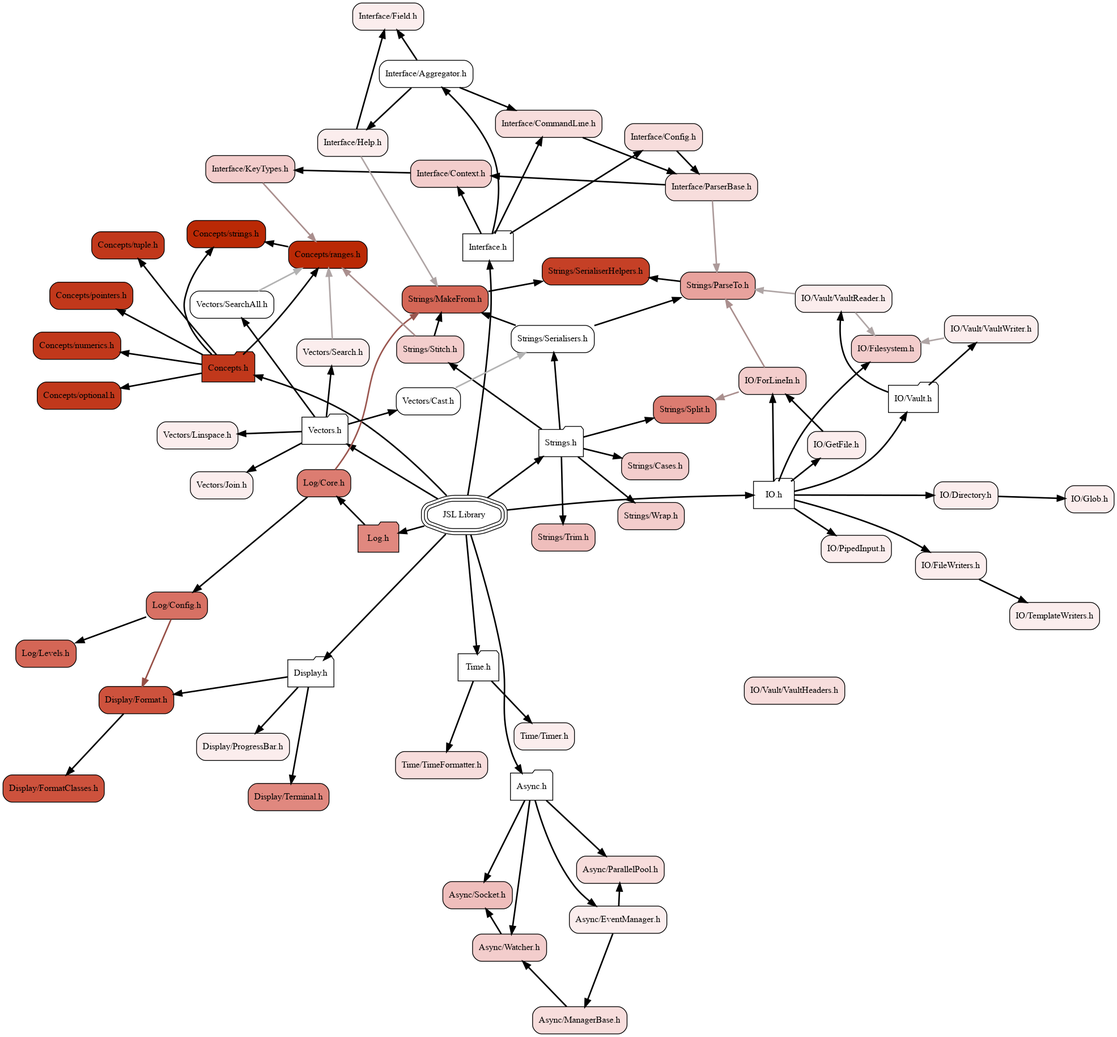
Above: docs/visualiser/heatmap.png in DrFraserGovil/JSL (Graphviz), before the change. Its source is kept beside it as docs/visualiser/heatmap.dot.
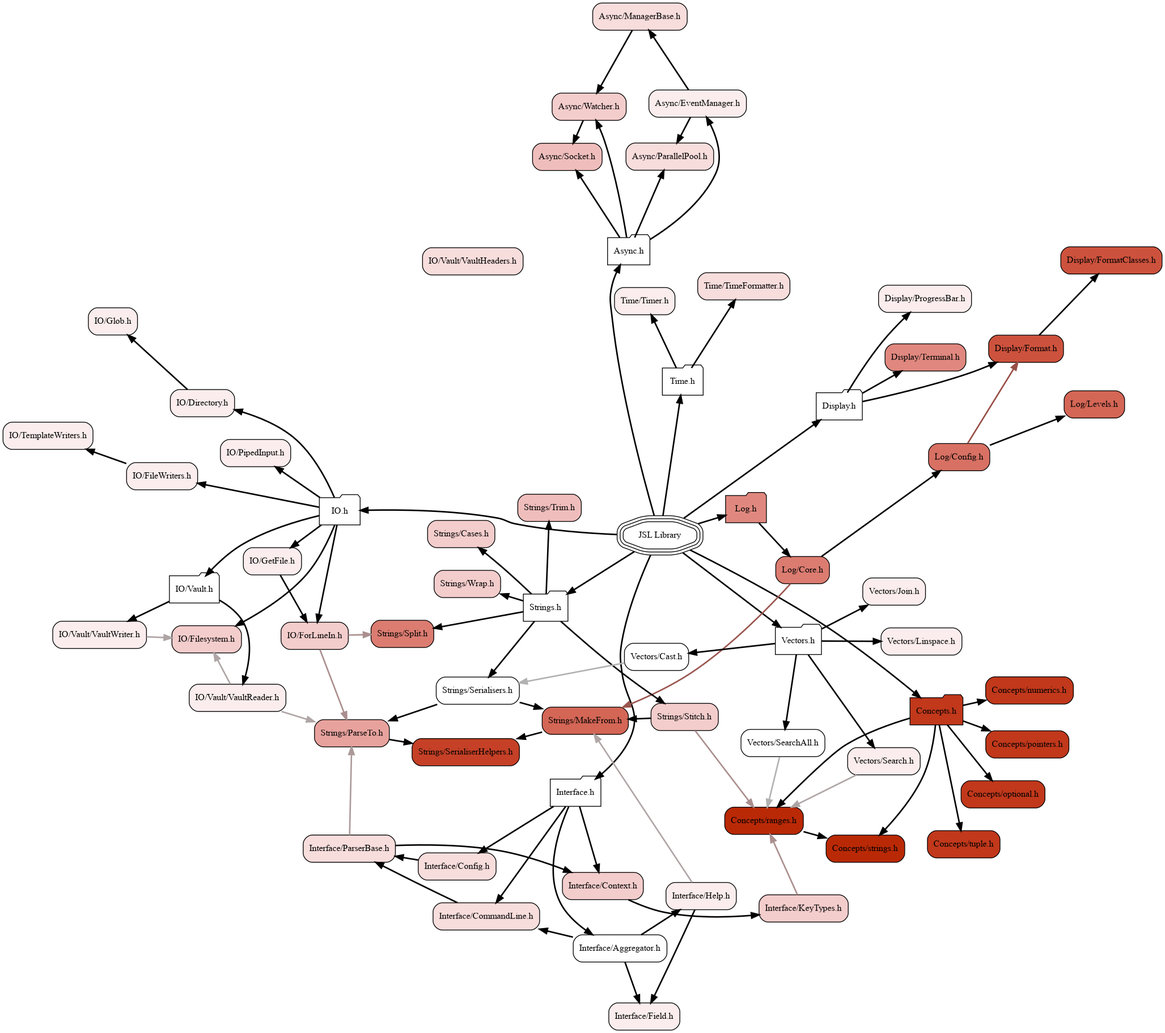
The same file after the commit.

Diff of the diagram source:
```diff
@@ -72,15 +72,15 @@
 	node[fillcolor="#fbeded", style="rounded,filled", shape=box, color="black"] "Vectors/Linspace.h"          [label="Vectors/Linspace.h"]
 	node[fillcolor="#fbeded", style="rounded,filled", shape=box, color="black"] "Vectors/Search.h"            [label="Vectors/Search.h"]
 	node[fillcolor="#ffffff", style="rounded,filled", shape=box, color="black"] "Vectors/SearchAll.h"         [label="Vectors/SearchAll.h"]
+	"JSL.h"                       -> "Log.h"[weight=10000,penwidth=2]
+	"JSL.h"                       -> "IO.h"[weight=10000,penwidth=2]
+	"JSL.h"                       -> "Vectors.h"[weight=10000,penwidth=2]
+	"JSL.h"                       -> "Display.h"[weight=10000,penwidth=2]
 	"JSL.h"                       -> "Concepts.h"[weight=10000,penwidth=2]
+	"JSL.h"                       -> "Strings.h"[weight=10000,penwidth=2]
 	"JSL.h"                       -> "Time.h"[weight=10000,penwidth=2]
-	"JSL.h"                       -> "Strings.h"[weight=10000,penwidth=2]
 	"JSL.h"                       -> "Async.h"[weight=10000,penwidth=2]
-	"JSL.h"                       -> "Display.h"[weight=10000,penwidth=2]
-	"JSL.h"                       -> "IO.h"[weight=10000,penwidth=2]
 	"JSL.h"                       -> "Interface.h"[weight=10000,penwidth=2]
-	"JSL.h"                       -> "Log.h"[weight=10000,penwidth=2]
-	"JSL.h"                       -> "Vectors.h"[weight=10000,penwidth=2]
 	"Async.h"                     -> "Async/Socket.h"[weight=10000,penwidth=2]
 	"Async.h"                     -> "Async/Watcher.h"[weight=10000,penwidth=2]
 	"Async.h"                     -> "Async/EventManager.h"[weight=10000,penwidth=2]
@@ -89,24 +89,24 @@
 	"Async/EventManager.h"        -> "Async/ParallelPool.h"[weight=10000,penwidth=2]
 	"Async/ManagerBase.h"         -> "Async/Watcher.h"[weight=10000,penwidth=2]
 	"Async/Watcher.h"             -> "Async/Socket.h"[weight=10000,penwidth=2]
+	"Concepts.h"                  -> "Concepts/optional.h"[weight=10000,penwidth=2]
 	"Concepts.h"                  -> "Concepts/ranges.h"[weight=10000,penwidth=2]
+	"Concepts.h"                  -> "Concepts/strings.h"[weight=10000,penwidth=2]
 	"Concepts.h"                  -> "Concepts/numerics.h"[weight=10000,penwidth=2]
 	"Concepts.h"                  -> "Concepts/tuple.h"[weight=10000,penwidth=2]
-	"Concepts.h"                  -> "Concepts/optional.h"[weight=10000,penwidth=2]
 	"Concepts.h"                  -> "Concepts/pointers.h"[weight=10000,penwidth=2]
-	"Concepts.h"                  -> "Concepts/strings.h"[weight=10000,penwidth=2]
 	"Concepts/ranges.h"           -> "Concepts/strings.h"[weight=10000,penwidth=2]
+	"Display.h"                   -> "Display/Terminal.h"[weight=10000,penwidth=2]
+	"Display.h"                   -> "Display/ProgressBar.h"[weight=10000,penwidth=2]
 	"Display.h"                   -> "Display/Format.h"[weight=10000,penwidth=2]
-	"Display.h"                   -> "Display/ProgressBar.h"[weight=10000,penwidth=2]
-	"Display.h"                   -> "Display/Terminal.h"[weight=10000,penwidth=2]
 	"Display/Format.h"            -> "Display/FormatClasses.h"[weight=10000,penwidth=2]
+	"IO.h"                        -> "IO/GetFile.h"[weight=10000,penwidth=2]
+	"IO.h"                        -> "IO/FileWriters.h"[weight=10000,penwidth=2]
+	"IO.h"                        -> "IO/Vault.h"[weight=10000,penwidth=2]
 	"IO.h"                        -> "IO/Directory.h"[weight=10000,penwidth=2]
-	"IO.h"                        -> "IO/Vault.h"[weight=10000,penwidth=2]
 	"IO.h"                        -> "IO/Filesystem.h"[weight=10000,penwidth=2]
-	"IO.h"                        -> "IO/GetFile.h"[weight=10000,penwidth=2]
+	"IO.h"                        -> "IO/ForLineIn.h"[weight=10000,penwidth=2]
 	"IO.h"                        -> "IO/PipedInput.h"[weight=10000,penwidth=2]
-	"IO.h"                        -> "IO/ForLineIn.h"[weight=10000,penwidth=2]
-	"IO.h"                        -> "IO/FileWriters.h"[weight=10000,penwidth=2]
 	"IO/Directory.h"              -> "IO/Glob.h"[weight=10000,penwidth=2]
 	"IO/FileWriters.h"            -> "IO/TemplateWriters.h"[weight=10000,penwidth=2]
 	"IO/ForLineIn.h"              -> "Strings/ParseTo.h"[constraint=true,weight=0,penwidth=2,color="#aa8f8e"]
@@ -133,10 +133,10 @@
 	"Interface/ParserBase.h"      -> "Interface/Context.h"[weight=10000,penwidth=2]
 	"Interface/ParserBase.h"      -> "Strings/ParseTo.h"[constraint=true,weight=0,penwidth=2,color="#ac9a9a"]
 	"Log.h"                       -> "Log/Core.h"[weight=10000,penwidth=2]
+	"Log/Config.h"                -> "Display/Format.h"[constraint=true,weight=0,penwidth=2,color="#974f46"]
 	"Log/Config.h"                -> "Log/Levels.h"[weight=10000,penwidth=2]
-	"Log/Config.h"                -> "Display/Format.h"[constraint=true,weight=0,penwidth=2,color="#974f46"]
+	"Log/Core.h"                  -> "Log/Config.h"[weight=10000,penwidth=2]
 	"Log/Core.h"                  -> "Strings/MakeFrom.h"[constraint=true,weight=0,penwidth=2,color="#9a564f"]
-	"Log/Core.h"                  -> "Log/Config.h"[weight=10000,penwidth=2]
 	"Strings.h"                   -> "Strings/Serialisers.h"[weight=10000,penwidth=2]
 	"Strings.h"                   -> "Strings/Cases.h"[weight=10000,penwidth=2]
 	"Strings.h"                   -> "Strings/Split.h"[weight=10000,penwidth=2]
@@ -147,8 +147,8 @@
 	"Strings/ParseTo.h"           -> "Strings/SerialiserHelpers.h"[weight=10000,penwidth=2]
 	"Strings/Serialisers.h"       -> "Strings/MakeFrom.h"[weight=10000,penwidth=2]
 	"Strings/Serialisers.h"       -> "Strings/ParseTo.h"[weight=10000,penwidth=2]
+	"Strings/Stitch.h"            -> "Strings/MakeFrom.h"[weight=10000,penwidth=2]
 	"Strings/Stitch.h"            -> "Concepts/ranges.h"[constraint=false,weight=0,penwidth=2,color="#aa8f8e"]
-	"Strings/Stitch.h"            -> "Strings/MakeFrom.h"[weight=10000,penwidth=2]
 	"Time.h"                      -> "Time/Timer.h"[weight=10000,penwidth=2]
 	"Time.h"                      -> "Time/TimeFormatter.h"[weight=10000,penwidth=2]
 	"Vectors.h"                   -> "Vectors/Cast.h"[weight=10000,penwidth=2]
```
